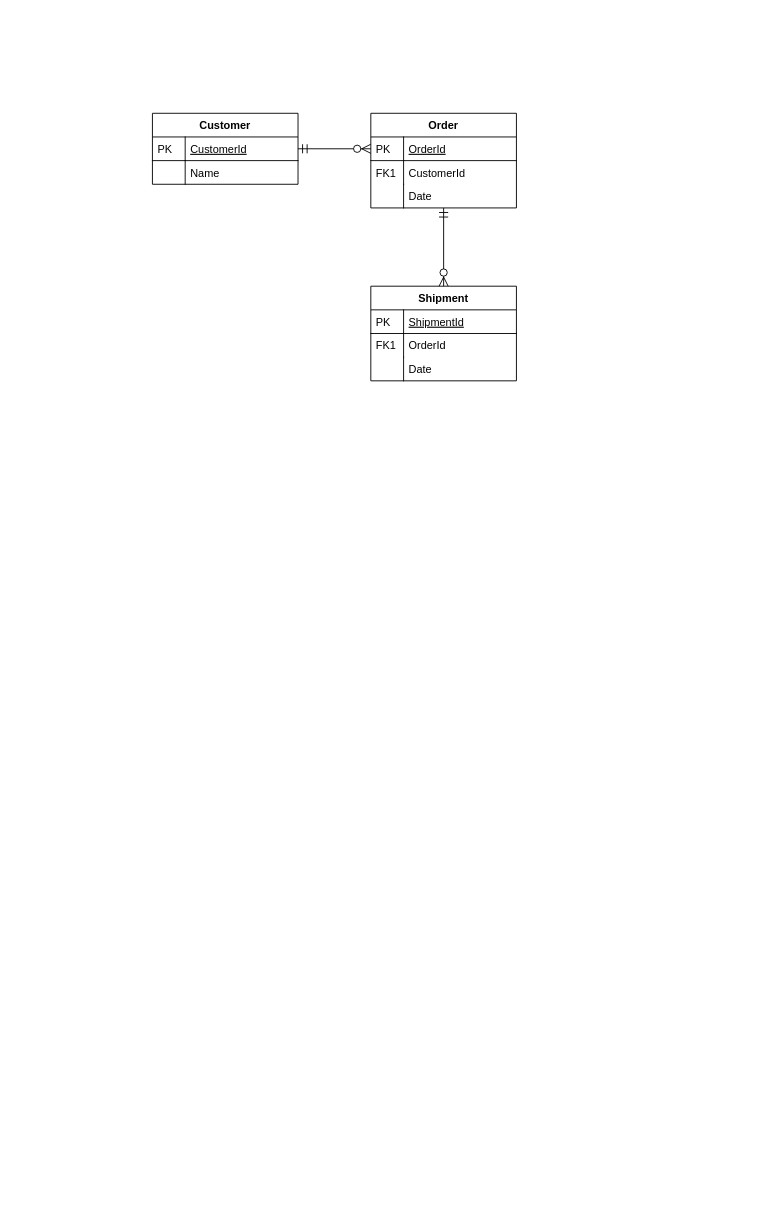
Before: Untitled Diagram.drawio in alenmaric/diagrams, a draw.io diagram. Source tidied: cells renumbered, new cells numbered last; positions are measured from the earlier drawing's top-left corner, leaving out a move shared by most shapes. Both pictures are drawn from the tidied source at 91%, with x=0, y=0 at pixel (152, 113).
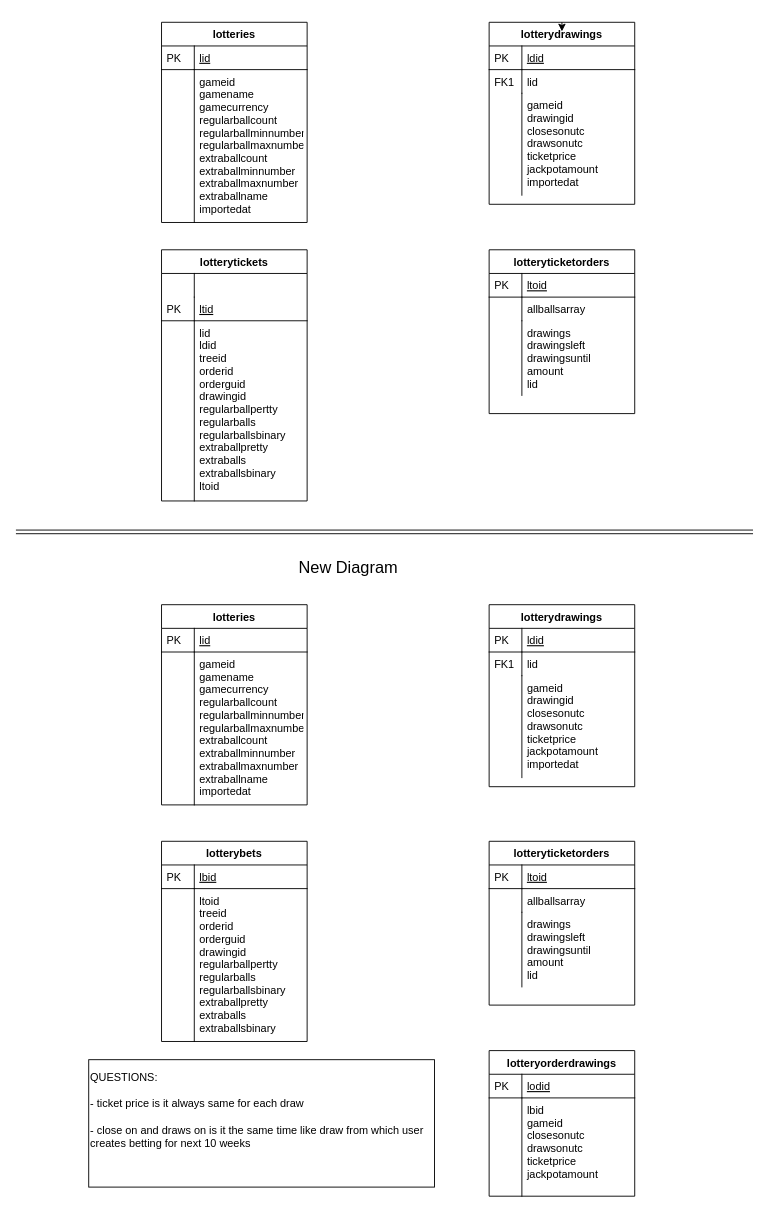
After the change.

Change to the diagram source:
```diff
@@
-    <mxCell id="2" value="Customer" style="swimlane;fontStyle=1;horizontal=1;startSize=26;rounded=0;shadow=0;strokeWidth=1;" parent="1" vertex="1">
-      <mxGeometry width="160" height="78" as="geometry" />
+    <mxCell id="2" value="lotteries" style="swimlane;fontStyle=1;horizontal=1;startSize=26;rounded=0;shadow=0;strokeWidth=1;" parent="1" vertex="1">
+      <mxGeometry x="10" y="-100" width="160" height="220" as="geometry" />
     </mxCell>
-    <mxCell id="3" value="CustomerId" style="shape=partialRectangle;top=0;left=0;right=0;bottom=1;align=left;verticalAlign=top;fillColor=none;spacingLeft=40;spacingRight=4;overflow=hidden;points=[[0,0.5],[1,0.5]];portConstraint=eastwest;rounded=0;shadow=0;strokeWidth=1;fontStyle=4;" parent="2" vertex="1">
+    <mxCell id="3" value="lid" style="shape=partialRectangle;top=0;left=0;right=0;bottom=1;align=left;verticalAlign=top;fillColor=none;spacingLeft=40;spacingRight=4;overflow=hidden;points=[[0,0.5],[1,0.5]];portConstraint=eastwest;rounded=0;shadow=0;strokeWidth=1;fontStyle=4;" parent="2" vertex="1">
       <mxGeometry y="26" width="160" height="26" as="geometry" />
     </mxCell>
@@
-    <mxCell id="5" value="Name" style="shape=partialRectangle;top=0;left=0;right=0;bottom=0;align=left;verticalAlign=top;fillColor=none;spacingLeft=40;spacingRight=4;overflow=hidden;rounded=0;shadow=0;strokeWidth=1;" parent="2" vertex="1">
-      <mxGeometry y="52" width="160" height="26" as="geometry" />
+    <mxCell id="5" value="gameid&#10;gamename&#10;gamecurrency&#10;regularballcount&#10;regularballminnumber&#10;regularballmaxnumber&#10;extraballcount&#10;extraballminnumber&#10;extraballmaxnumber&#10;extraballname&#10;importedat&#10;&#10;" style="shape=partialRectangle;top=0;left=0;right=0;bottom=0;align=left;verticalAlign=top;fillColor=none;spacingLeft=40;spacingRight=4;overflow=hidden;rounded=0;shadow=0;strokeWidth=1;" parent="2" vertex="1">
+      <mxGeometry y="52" width="160" height="168" as="geometry" />
     </mxCell>
     <mxCell id="6" style="shape=partialRectangle;top=0;left=0;bottom=0;fillColor=none;align=left;verticalAlign=top;spacingLeft=4;spacingRight=4;overflow=hidden;" parent="5" vertex="1">
-      <mxGeometry width="36" height="26" as="geometry" />
+      <mxGeometry width="36" height="168" as="geometry" />
     </mxCell>
-    <mxCell id="7" value="Order" style="swimlane;fontStyle=1;horizontal=1;startSize=26;rounded=0;shadow=0;strokeWidth=1;" parent="1" vertex="1">
-      <mxGeometry x="240" width="160" height="104" as="geometry" />
+    <mxCell id="7" value="lotterydrawings" style="swimlane;fontStyle=1;horizontal=1;startSize=26;rounded=0;shadow=0;strokeWidth=1;" parent="1" vertex="1">
+      <mxGeometry x="370" y="-100" width="160" height="200" as="geometry" />
     </mxCell>
-    <mxCell id="8" value="OrderId" style="shape=partialRectangle;top=0;left=0;right=0;bottom=1;align=left;verticalAlign=top;fillColor=none;spacingLeft=40;spacingRight=4;overflow=hidden;points=[[0,0.5],[1,0.5]];portConstraint=eastwest;rounded=0;shadow=0;strokeWidth=1;fontStyle=4;" parent="7" vertex="1">
+    <mxCell id="8" value="ldid" style="shape=partialRectangle;top=0;left=0;right=0;bottom=1;align=left;verticalAlign=top;fillColor=none;spacingLeft=40;spacingRight=4;overflow=hidden;points=[[0,0.5],[1,0.5]];portConstraint=eastwest;rounded=0;shadow=0;strokeWidth=1;fontStyle=4;" parent="7" vertex="1">
       <mxGeometry y="26" width="160" height="26" as="geometry" />
     </mxCell>
@@
-    <mxCell id="10" value="CustomerId" style="shape=partialRectangle;top=0;left=0;right=0;bottom=0;align=left;verticalAlign=top;fillColor=none;spacingLeft=40;spacingRight=4;overflow=hidden;rounded=0;shadow=0;strokeWidth=1;" parent="7" vertex="1">
+    <mxCell id="10" value="lid" style="shape=partialRectangle;top=0;left=0;right=0;bottom=0;align=left;verticalAlign=top;fillColor=none;spacingLeft=40;spacingRight=4;overflow=hidden;rounded=0;shadow=0;strokeWidth=1;" parent="7" vertex="1">
       <mxGeometry y="52" width="160" height="26" as="geometry" />
     </mxCell>
@@
-    <mxCell id="12" value="Date" style="shape=partialRectangle;top=0;left=0;right=0;bottom=0;align=left;verticalAlign=top;fillColor=none;spacingLeft=40;spacingRight=4;overflow=hidden;rounded=0;shadow=0;strokeWidth=1;" parent="7" vertex="1">
-      <mxGeometry y="78" width="160" height="26" as="geometry" />
+    <mxCell id="12" value="gameid&#10;drawingid&#10;closesonutc&#10;drawsonutc&#10;ticketprice&#10;jackpotamount&#10;importedat" style="shape=partialRectangle;top=0;left=0;right=0;bottom=0;align=left;verticalAlign=top;fillColor=none;spacingLeft=40;spacingRight=4;overflow=hidden;rounded=0;shadow=0;strokeWidth=1;" parent="7" vertex="1">
+      <mxGeometry y="78" width="160" height="112" as="geometry" />
     </mxCell>
     <mxCell id="13" style="shape=partialRectangle;top=0;left=0;bottom=0;fillColor=none;align=left;verticalAlign=top;spacingLeft=4;spacingRight=4;overflow=hidden;" parent="12" vertex="1">
-      <mxGeometry width="36" height="26" as="geometry" />
+      <mxGeometry width="36" height="112" as="geometry" />
     </mxCell>
-    <mxCell id="14" style="edgeStyle=orthogonalEdgeStyle;endArrow=ERzeroToMany;startArrow=ERmandOne;shadow=0;strokeWidth=1;endSize=8;startSize=8;" parent="1" edge="1" source="3" target="8">
-      <mxGeometry relative="1" as="geometry" />
-    </mxCell>
-    <mxCell id="15" value="Shipment" style="swimlane;fontStyle=1;horizontal=1;startSize=26;rounded=0;shadow=0;strokeWidth=1;" parent="1" vertex="1">
-      <mxGeometry x="240" y="190" width="160" height="104" as="geometry" />
+    <mxCell id="15" value="lotteryticketorders" style="swimlane;fontStyle=1;horizontal=1;startSize=26;rounded=0;shadow=0;strokeWidth=1;" parent="1" vertex="1">
+      <mxGeometry x="370" y="150" width="160" height="180" as="geometry" />
     </mxCell>
-    <mxCell id="16" value="ShipmentId" style="shape=partialRectangle;top=0;left=0;right=0;bottom=1;align=left;verticalAlign=top;fillColor=none;spacingLeft=40;spacingRight=4;overflow=hidden;rounded=0;shadow=0;strokeWidth=1;fontStyle=4;" parent="15" vertex="1">
+    <mxCell id="16" value="ltoid" style="shape=partialRectangle;top=0;left=0;right=0;bottom=1;align=left;verticalAlign=top;fillColor=none;spacingLeft=40;spacingRight=4;overflow=hidden;rounded=0;shadow=0;strokeWidth=1;fontStyle=4;" parent="15" vertex="1">
       <mxGeometry y="26" width="160" height="26" as="geometry" />
     </mxCell>
@@
-    <mxCell id="18" value="OrderId" style="shape=partialRectangle;top=0;left=0;right=0;bottom=0;align=left;verticalAlign=top;fillColor=none;spacingLeft=40;spacingRight=4;overflow=hidden;rounded=0;shadow=0;strokeWidth=1;" parent="15" vertex="1">
+    <mxCell id="18" value="allballsarray&#10;" style="shape=partialRectangle;top=0;left=0;right=0;bottom=0;align=left;verticalAlign=top;fillColor=none;spacingLeft=40;spacingRight=4;overflow=hidden;rounded=0;shadow=0;strokeWidth=1;" parent="15" vertex="1">
       <mxGeometry y="52" width="160" height="26" as="geometry" />
     </mxCell>
-    <mxCell id="19" value="FK1" style="shape=partialRectangle;top=0;left=0;bottom=0;fillColor=none;align=left;verticalAlign=top;spacingLeft=4;spacingRight=4;overflow=hidden;" parent="18" vertex="1">
+    <mxCell id="19" style="shape=partialRectangle;top=0;left=0;bottom=0;fillColor=none;align=left;verticalAlign=top;spacingLeft=4;spacingRight=4;overflow=hidden;" parent="18" vertex="1">
       <mxGeometry width="36" height="26" as="geometry" />
     </mxCell>
-    <mxCell id="20" value="Date" style="shape=partialRectangle;top=0;left=0;right=0;bottom=0;align=left;verticalAlign=top;fillColor=none;spacingLeft=40;spacingRight=4;overflow=hidden;rounded=0;shadow=0;strokeWidth=1;" parent="15" vertex="1">
-      <mxGeometry y="78" width="160" height="26" as="geometry" />
+    <mxCell id="20" value="drawings&#10;drawingsleft&#10;drawingsuntil&#10;amount&#10;lid" style="shape=partialRectangle;top=0;left=0;right=0;bottom=0;align=left;verticalAlign=top;fillColor=none;spacingLeft=40;spacingRight=4;overflow=hidden;rounded=0;shadow=0;strokeWidth=1;" parent="15" vertex="1">
+      <mxGeometry y="78" width="160" height="82" as="geometry" />
     </mxCell>
     <mxCell id="21" style="shape=partialRectangle;top=0;left=0;bottom=0;fillColor=none;align=left;verticalAlign=top;spacingLeft=4;spacingRight=4;overflow=hidden;" parent="20" vertex="1">
-      <mxGeometry width="36" height="26" as="geometry" />
+      <mxGeometry width="36" height="82" as="geometry" />
     </mxCell>
-    <mxCell id="22" style="edgeStyle=orthogonalEdgeStyle;endArrow=ERzeroToMany;startArrow=ERmandOne;shadow=0;strokeWidth=1;endSize=8;startSize=8;" parent="1" edge="1" source="7" target="15">
-      <mxGeometry relative="1" as="geometry" />
-    </mxCell>
+    <mxCell id="23" value="lotterytickets" style="swimlane;fontStyle=1;horizontal=1;startSize=26;rounded=0;shadow=0;strokeWidth=1;" parent="1" vertex="1">
+      <mxGeometry x="10" y="150" width="160" height="276" as="geometry" />
+    </mxCell>
+    <mxCell id="24" style="shape=partialRectangle;top=0;left=0;right=0;bottom=0;align=left;verticalAlign=top;fillColor=none;spacingLeft=40;spacingRight=4;overflow=hidden;rounded=0;shadow=0;strokeWidth=1;" parent="23" vertex="1">
+      <mxGeometry y="26" width="160" height="26" as="geometry" />
+    </mxCell>
+    <mxCell id="25" style="shape=partialRectangle;top=0;left=0;bottom=0;fillColor=none;align=left;verticalAlign=top;spacingLeft=4;spacingRight=4;overflow=hidden;" parent="24" vertex="1">
+      <mxGeometry width="36" height="26" as="geometry" />
+    </mxCell>
+    <mxCell id="26" value="ltid" style="shape=partialRectangle;top=0;left=0;right=0;bottom=1;align=left;verticalAlign=top;fillColor=none;spacingLeft=40;spacingRight=4;overflow=hidden;rounded=0;shadow=0;strokeWidth=1;fontStyle=4;" parent="23" vertex="1">
+      <mxGeometry y="52" width="160" height="26" as="geometry" />
+    </mxCell>
+    <mxCell id="27" value="PK" style="shape=partialRectangle;top=0;left=0;bottom=0;fillColor=none;align=left;verticalAlign=top;spacingLeft=4;spacingRight=4;overflow=hidden;" parent="26" vertex="1">
+      <mxGeometry width="36" height="26" as="geometry" />
+    </mxCell>
+    <mxCell id="28" value="lid&#10;ldid&#10;treeid&#10;orderid&#10;orderguid&#10;drawingid&#10;regularballpertty&#10;regularballs&#10;regularballsbinary&#10;extraballpretty&#10;extraballs&#10;extraballsbinary&#10;ltoid" style="shape=partialRectangle;top=0;left=0;right=0;bottom=0;align=left;verticalAlign=top;fillColor=none;spacingLeft=40;spacingRight=4;overflow=hidden;rounded=0;shadow=0;strokeWidth=1;" parent="23" vertex="1">
+      <mxGeometry y="78" width="160" height="198" as="geometry" />
+    </mxCell>
+    <mxCell id="29" style="shape=partialRectangle;top=0;left=0;bottom=0;fillColor=none;align=left;verticalAlign=top;spacingLeft=4;spacingRight=4;overflow=hidden;" parent="28" vertex="1">
+      <mxGeometry width="36" height="198" as="geometry" />
+    </mxCell>
+    <mxCell id="30" style="edgeStyle=orthogonalEdgeStyle;rounded=0;orthogonalLoop=1;jettySize=auto;html=1;exitX=0.5;exitY=0;exitDx=0;exitDy=0;entryX=0.5;entryY=0.05;entryDx=0;entryDy=0;entryPerimeter=0;" parent="1" edge="1" source="7" target="7">
+      <mxGeometry relative="1" as="geometry" />
+    </mxCell>
+    <mxCell id="31" value="lotteries" style="swimlane;fontStyle=1;horizontal=1;startSize=26;rounded=0;shadow=0;strokeWidth=1;" parent="1" vertex="1">
+      <mxGeometry x="10" y="540" width="160" height="220" as="geometry" />
+    </mxCell>
+    <mxCell id="32" value="lid" style="shape=partialRectangle;top=0;left=0;right=0;bottom=1;align=left;verticalAlign=top;fillColor=none;spacingLeft=40;spacingRight=4;overflow=hidden;rounded=0;shadow=0;strokeWidth=1;fontStyle=4;" parent="31" vertex="1">
+      <mxGeometry y="26" width="160" height="26" as="geometry" />
+    </mxCell>
+    <mxCell id="33" value="PK" style="shape=partialRectangle;top=0;left=0;bottom=0;fillColor=none;align=left;verticalAlign=top;spacingLeft=4;spacingRight=4;overflow=hidden;" parent="32" vertex="1">
+      <mxGeometry width="36" height="26" as="geometry" />
+    </mxCell>
+    <mxCell id="34" value="gameid&#10;gamename&#10;gamecurrency&#10;regularballcount&#10;regularballminnumber&#10;regularballmaxnumber&#10;extraballcount&#10;extraballminnumber&#10;extraballmaxnumber&#10;extraballname&#10;importedat&#10;&#10;" style="shape=partialRectangle;top=0;left=0;right=0;bottom=0;align=left;verticalAlign=top;fillColor=none;spacingLeft=40;spacingRight=4;overflow=hidden;rounded=0;shadow=0;strokeWidth=1;" parent="31" vertex="1">
+      <mxGeometry y="52" width="160" height="168" as="geometry" />
+    </mxCell>
+    <mxCell id="35" style="shape=partialRectangle;top=0;left=0;bottom=0;fillColor=none;align=left;verticalAlign=top;spacingLeft=4;spacingRight=4;overflow=hidden;" parent="34" vertex="1">
+      <mxGeometry width="36" height="168" as="geometry" />
+    </mxCell>
+    <mxCell id="36" value="lotterydrawings" style="swimlane;fontStyle=1;horizontal=1;startSize=26;rounded=0;shadow=0;strokeWidth=1;" parent="1" vertex="1">
+      <mxGeometry x="370" y="540" width="160" height="200" as="geometry" />
+    </mxCell>
+    <mxCell id="37" value="ldid" style="shape=partialRectangle;top=0;left=0;right=0;bottom=1;align=left;verticalAlign=top;fillColor=none;spacingLeft=40;spacingRight=4;overflow=hidden;rounded=0;shadow=0;strokeWidth=1;fontStyle=4;" parent="36" vertex="1">
+      <mxGeometry y="26" width="160" height="26" as="geometry" />
+    </mxCell>
+    <mxCell id="38" value="PK" style="shape=partialRectangle;top=0;left=0;bottom=0;fillColor=none;align=left;verticalAlign=top;spacingLeft=4;spacingRight=4;overflow=hidden;" parent="37" vertex="1">
+      <mxGeometry width="36" height="26" as="geometry" />
+    </mxCell>
+    <mxCell id="39" value="lid" style="shape=partialRectangle;top=0;left=0;right=0;bottom=0;align=left;verticalAlign=top;fillColor=none;spacingLeft=40;spacingRight=4;overflow=hidden;rounded=0;shadow=0;strokeWidth=1;" parent="36" vertex="1">
+      <mxGeometry y="52" width="160" height="26" as="geometry" />
+    </mxCell>
+    <mxCell id="40" value="FK1" style="shape=partialRectangle;top=0;left=0;bottom=0;fillColor=none;align=left;verticalAlign=top;spacingLeft=4;spacingRight=4;overflow=hidden;" parent="39" vertex="1">
+      <mxGeometry width="36" height="26" as="geometry" />
+    </mxCell>
+    <mxCell id="41" value="gameid&#10;drawingid&#10;closesonutc&#10;drawsonutc&#10;ticketprice&#10;jackpotamount&#10;importedat" style="shape=partialRectangle;top=0;left=0;right=0;bottom=0;align=left;verticalAlign=top;fillColor=none;spacingLeft=40;spacingRight=4;overflow=hidden;rounded=0;shadow=0;strokeWidth=1;" parent="36" vertex="1">
+      <mxGeometry y="78" width="160" height="112" as="geometry" />
+    </mxCell>
+    <mxCell id="42" style="shape=partialRectangle;top=0;left=0;bottom=0;fillColor=none;align=left;verticalAlign=top;spacingLeft=4;spacingRight=4;overflow=hidden;" parent="41" vertex="1">
+      <mxGeometry width="36" height="112" as="geometry" />
+    </mxCell>
+    <mxCell id="43" value="lotterybets" style="swimlane;fontStyle=1;horizontal=1;startSize=26;rounded=0;shadow=0;strokeWidth=1;" parent="1" vertex="1">
+      <mxGeometry x="10" y="800" width="160" height="220" as="geometry" />
+    </mxCell>
+    <mxCell id="44" value="lbid" style="shape=partialRectangle;top=0;left=0;right=0;bottom=1;align=left;verticalAlign=top;fillColor=none;spacingLeft=40;spacingRight=4;overflow=hidden;rounded=0;shadow=0;strokeWidth=1;fontStyle=4;" parent="43" vertex="1">
+      <mxGeometry y="26" width="160" height="26" as="geometry" />
+    </mxCell>
+    <mxCell id="45" value="PK" style="shape=partialRectangle;top=0;left=0;bottom=0;fillColor=none;align=left;verticalAlign=top;spacingLeft=4;spacingRight=4;overflow=hidden;" parent="44" vertex="1">
+      <mxGeometry width="36" height="26" as="geometry" />
+    </mxCell>
+    <mxCell id="46" value="ltoid&#10;treeid&#10;orderid&#10;orderguid&#10;drawingid&#10;regularballpertty&#10;regularballs&#10;regularballsbinary&#10;extraballpretty&#10;extraballs&#10;extraballsbinary" style="shape=partialRectangle;top=0;left=0;right=0;bottom=0;align=left;verticalAlign=top;fillColor=none;spacingLeft=40;spacingRight=4;overflow=hidden;rounded=0;shadow=0;strokeWidth=1;" parent="43" vertex="1">
+      <mxGeometry y="52" width="160" height="168" as="geometry" />
+    </mxCell>
+    <mxCell id="47" style="shape=partialRectangle;top=0;left=0;bottom=0;fillColor=none;align=left;verticalAlign=top;spacingLeft=4;spacingRight=4;overflow=hidden;" parent="46" vertex="1">
+      <mxGeometry width="36" height="168" as="geometry" />
+    </mxCell>
+    <mxCell id="48" value="lotteryorderdrawings" style="swimlane;fontStyle=1;horizontal=1;startSize=26;rounded=0;shadow=0;strokeWidth=1;" parent="1" vertex="1">
+      <mxGeometry x="370" y="1030" width="160" height="160" as="geometry" />
+    </mxCell>
+    <mxCell id="49" value="lodid" style="shape=partialRectangle;top=0;left=0;right=0;bottom=1;align=left;verticalAlign=top;fillColor=none;spacingLeft=40;spacingRight=4;overflow=hidden;rounded=0;shadow=0;strokeWidth=1;fontStyle=4;" parent="48" vertex="1">
+      <mxGeometry y="26" width="160" height="26" as="geometry" />
+    </mxCell>
+    <mxCell id="50" value="PK" style="shape=partialRectangle;top=0;left=0;bottom=0;fillColor=none;align=left;verticalAlign=top;spacingLeft=4;spacingRight=4;overflow=hidden;" parent="49" vertex="1">
+      <mxGeometry width="36" height="26" as="geometry" />
+    </mxCell>
+    <mxCell id="51" value="lbid&#10;gameid&#10;closesonutc&#10;drawsonutc&#10;ticketprice&#10;jackpotamount&#10;&#10;" style="shape=partialRectangle;top=0;left=0;right=0;bottom=0;align=left;verticalAlign=top;fillColor=none;spacingLeft=40;spacingRight=4;overflow=hidden;rounded=0;shadow=0;strokeWidth=1;" parent="48" vertex="1">
+      <mxGeometry y="52" width="160" height="108" as="geometry" />
+    </mxCell>
+    <mxCell id="52" style="shape=partialRectangle;top=0;left=0;bottom=0;fillColor=none;align=left;verticalAlign=top;spacingLeft=4;spacingRight=4;overflow=hidden;" parent="51" vertex="1">
+      <mxGeometry width="36" height="108" as="geometry" />
+    </mxCell>
+    <mxCell id="53" value="lotteryticketorders" style="swimlane;fontStyle=1;horizontal=1;startSize=26;rounded=0;shadow=0;strokeWidth=1;" parent="1" vertex="1">
+      <mxGeometry x="370" y="800" width="160" height="180" as="geometry" />
+    </mxCell>
+    <mxCell id="54" value="ltoid" style="shape=partialRectangle;top=0;left=0;right=0;bottom=1;align=left;verticalAlign=top;fillColor=none;spacingLeft=40;spacingRight=4;overflow=hidden;rounded=0;shadow=0;strokeWidth=1;fontStyle=4;" parent="53" vertex="1">
+      <mxGeometry y="26" width="160" height="26" as="geometry" />
+    </mxCell>
+    <mxCell id="55" value="PK" style="shape=partialRectangle;top=0;left=0;bottom=0;fillColor=none;align=left;verticalAlign=top;spacingLeft=4;spacingRight=4;overflow=hidden;" parent="54" vertex="1">
+      <mxGeometry width="36" height="26" as="geometry" />
+    </mxCell>
+    <mxCell id="56" value="allballsarray&#10;" style="shape=partialRectangle;top=0;left=0;right=0;bottom=0;align=left;verticalAlign=top;fillColor=none;spacingLeft=40;spacingRight=4;overflow=hidden;rounded=0;shadow=0;strokeWidth=1;" parent="53" vertex="1">
+      <mxGeometry y="52" width="160" height="26" as="geometry" />
+    </mxCell>
+    <mxCell id="57" style="shape=partialRectangle;top=0;left=0;bottom=0;fillColor=none;align=left;verticalAlign=top;spacingLeft=4;spacingRight=4;overflow=hidden;" parent="56" vertex="1">
+      <mxGeometry width="36" height="26" as="geometry" />
+    </mxCell>
+    <mxCell id="58" value="drawings&#10;drawingsleft&#10;drawingsuntil&#10;amount&#10;lid" style="shape=partialRectangle;top=0;left=0;right=0;bottom=0;align=left;verticalAlign=top;fillColor=none;spacingLeft=40;spacingRight=4;overflow=hidden;rounded=0;shadow=0;strokeWidth=1;" parent="53" vertex="1">
+      <mxGeometry y="78" width="160" height="82" as="geometry" />
+    </mxCell>
+    <mxCell id="59" style="shape=partialRectangle;top=0;left=0;bottom=0;fillColor=none;align=left;verticalAlign=top;spacingLeft=4;spacingRight=4;overflow=hidden;" parent="58" vertex="1">
+      <mxGeometry width="36" height="82" as="geometry" />
+    </mxCell>
+    <mxCell id="60" style="shape=link;html=1;" parent="1" edge="1">
+      <mxGeometry relative="1" as="geometry">
+        <mxPoint x="-150" y="460" as="sourcePoint" />
+        <mxPoint x="660" y="460" as="targetPoint" />
+      </mxGeometry>
+    </mxCell>
+    <mxCell id="61" value="&lt;font style=&quot;font-size: 18px&quot;&gt;New Diagram&lt;/font&gt;" style="text;html=1;align=center;verticalAlign=middle;" parent="1" vertex="1">
+      <mxGeometry x="155" y="490" width="120" height="20" as="geometry" />
+    </mxCell>
+    <mxCell id="62" value="QUESTIONS:&amp;nbsp;&lt;br&gt;&lt;br&gt;-&amp;nbsp;&lt;span style=&quot;text-align: center&quot;&gt;ticket price is it always same for each draw&lt;br&gt;&lt;br&gt;- close on and draws on is it the same time like draw from which user creates betting for next 10 weeks&lt;br&gt;&lt;br&gt;&lt;br&gt;&lt;/span&gt;" style="rounded=0;whiteSpace=wrap;html=1;align=left;" parent="1" vertex="1">
+      <mxGeometry x="-70" y="1040" width="380" height="140" as="geometry" />
+    </mxCell>
```
